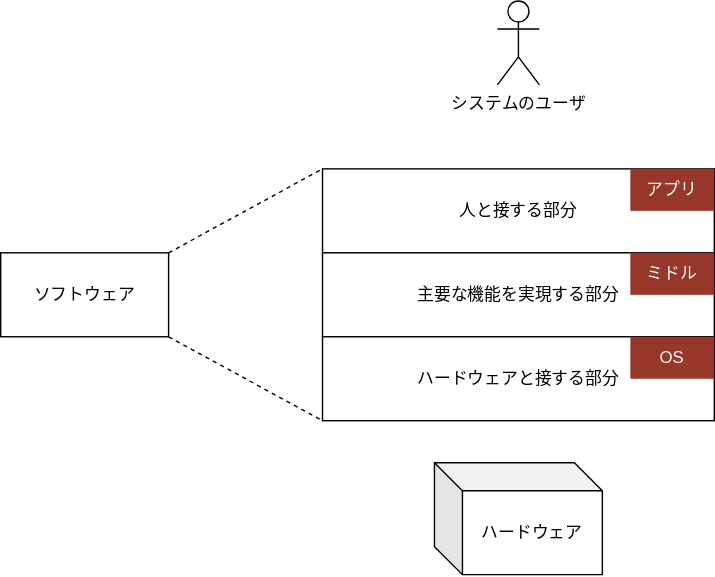
Above: docs/assets/img/technical_3layer_structure.drawio.svg in kazumatu981/yomiyasu (draw.io), before the change. Source tidied: cells renumbered, new cells last; positions are measured from the earlier drawing's top-left corner, leaving out a move shared by most shapes. The source it was exported from:
```xml
<mxGraphModel>
  <root>
    <mxCell id="0" />
    <mxCell id="1" parent="0" />
    <mxCell id="2" value="システムのユーザ" style="shape=umlActor;verticalLabelPosition=bottom;verticalAlign=top;html=1;" parent="1" vertex="1">
      <mxGeometry x="355" width="30" height="60" as="geometry" />
    </mxCell>
    <mxCell id="3" value="人と接する部分" style="rounded=0;whiteSpace=wrap;html=1;" parent="1" vertex="1">
      <mxGeometry x="230" y="120" width="280" height="60" as="geometry" />
    </mxCell>
    <mxCell id="4" value="主要な機能を実現する部分" style="rounded=0;whiteSpace=wrap;html=1;" parent="1" vertex="1">
      <mxGeometry x="230" y="180" width="280" height="60" as="geometry" />
    </mxCell>
    <mxCell id="5" value="ハードウェアと接する部分" style="rounded=0;whiteSpace=wrap;html=1;" parent="1" vertex="1">
      <mxGeometry x="230" y="240" width="280" height="60" as="geometry" />
    </mxCell>
    <mxCell id="6" value="ハードウェア" style="shape=cube;whiteSpace=wrap;html=1;boundedLbl=1;backgroundOutline=1;darkOpacity=0.05;darkOpacity2=0.1;" parent="1" vertex="1">
      <mxGeometry x="310" y="330" width="120" height="80" as="geometry" />
    </mxCell>
    <mxCell id="7" value="ソフトウェア" style="rounded=0;whiteSpace=wrap;html=1;" parent="1" vertex="1">
      <mxGeometry y="180" width="120" height="60" as="geometry" />
    </mxCell>
    <mxCell id="8" style="endArrow=none;dashed=1;html=1;exitX=1;exitY=0;exitDx=0;exitDy=0;entryX=0;entryY=0;entryDx=0;entryDy=0;" parent="1" edge="1" source="7" target="3">
      <mxGeometry relative="1" as="geometry" />
    </mxCell>
    <mxCell id="9" style="endArrow=none;dashed=1;html=1;exitX=1;exitY=1;exitDx=0;exitDy=0;entryX=0;entryY=1;entryDx=0;entryDy=0;" parent="1" edge="1" source="7" target="5">
      <mxGeometry relative="1" as="geometry" />
    </mxCell>
    <mxCell id="10" value="アプリ" style="text;html=1;align=center;verticalAlign=middle;whiteSpace=wrap;rounded=0;fillColor=light-dark(#963729, #ededed);fontColor=light-dark(#ffffff, #ededed);" parent="1" vertex="1">
      <mxGeometry x="450" y="120" width="60" height="30" as="geometry" />
    </mxCell>
    <mxCell id="11" value="ミドル" style="text;html=1;align=center;verticalAlign=middle;whiteSpace=wrap;rounded=0;fillColor=light-dark(#963729, #ededed);fontColor=light-dark(#ffffff, #ededed);" parent="1" vertex="1">
      <mxGeometry x="450" y="180" width="60" height="30" as="geometry" />
    </mxCell>
    <mxCell id="12" value="OS" style="text;html=1;align=center;verticalAlign=middle;whiteSpace=wrap;rounded=0;fillColor=light-dark(#963729, #ededed);fontColor=light-dark(#ffffff, #ededed);" parent="1" vertex="1">
      <mxGeometry x="450" y="240" width="60" height="30" as="geometry" />
    </mxCell>
  </root>
</mxGraphModel>
```
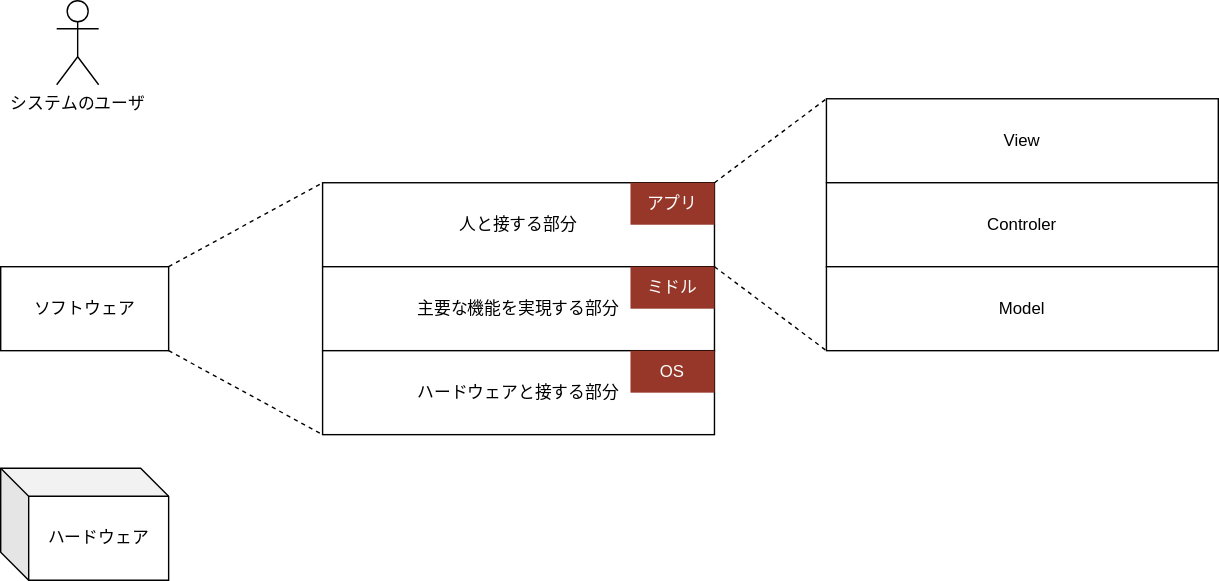
The same diagram one commit later.

Diff of the diagram source:
```diff
@@ -3,7 +3,7 @@
     <mxCell id="0" />
     <mxCell id="1" parent="0" />
     <mxCell id="2" value="システムのユーザ" style="shape=umlActor;verticalLabelPosition=bottom;verticalAlign=top;html=1;" parent="1" vertex="1">
-      <mxGeometry x="355" width="30" height="60" as="geometry" />
+      <mxGeometry x="40" y="-10" width="30" height="60" as="geometry" />
     </mxCell>
     <mxCell id="3" value="人と接する部分" style="rounded=0;whiteSpace=wrap;html=1;" parent="1" vertex="1">
       <mxGeometry x="230" y="120" width="280" height="60" as="geometry" />
@@ -15,7 +15,7 @@
       <mxGeometry x="230" y="240" width="280" height="60" as="geometry" />
     </mxCell>
     <mxCell id="6" value="ハードウェア" style="shape=cube;whiteSpace=wrap;html=1;boundedLbl=1;backgroundOutline=1;darkOpacity=0.05;darkOpacity2=0.1;" parent="1" vertex="1">
-      <mxGeometry x="310" y="330" width="120" height="80" as="geometry" />
+      <mxGeometry y="324" width="120" height="80" as="geometry" />
     </mxCell>
     <mxCell id="7" value="ソフトウェア" style="rounded=0;whiteSpace=wrap;html=1;" parent="1" vertex="1">
       <mxGeometry y="180" width="120" height="60" as="geometry" />
@@ -35,5 +35,20 @@
     <mxCell id="12" value="OS" style="text;html=1;align=center;verticalAlign=middle;whiteSpace=wrap;rounded=0;fillColor=light-dark(#963729, #ededed);fontColor=light-dark(#ffffff, #ededed);" parent="1" vertex="1">
       <mxGeometry x="450" y="240" width="60" height="30" as="geometry" />
     </mxCell>
+    <mxCell id="13" value="View" style="rounded=0;whiteSpace=wrap;html=1;" parent="1" vertex="1">
+      <mxGeometry x="590" y="60" width="280" height="60" as="geometry" />
+    </mxCell>
+    <mxCell id="14" value="Controler" style="rounded=0;whiteSpace=wrap;html=1;" parent="1" vertex="1">
+      <mxGeometry x="590" y="120" width="280" height="60" as="geometry" />
+    </mxCell>
+    <mxCell id="15" value="Model" style="rounded=0;whiteSpace=wrap;html=1;" parent="1" vertex="1">
+      <mxGeometry x="590" y="180" width="280" height="60" as="geometry" />
+    </mxCell>
+    <mxCell id="16" style="endArrow=none;dashed=1;html=1;exitX=1;exitY=1;exitDx=0;exitDy=0;entryX=0;entryY=1;entryDx=0;entryDy=0;" parent="1" edge="1" source="3" target="15">
+      <mxGeometry relative="1" as="geometry" />
+    </mxCell>
+    <mxCell id="17" style="endArrow=none;dashed=1;html=1;exitX=1;exitY=0;exitDx=0;exitDy=0;entryX=0;entryY=0;entryDx=0;entryDy=0;" parent="1" edge="1" source="10" target="13">
+      <mxGeometry relative="1" as="geometry" />
+    </mxCell>
   </root>
 </mxGraphModel>
```
